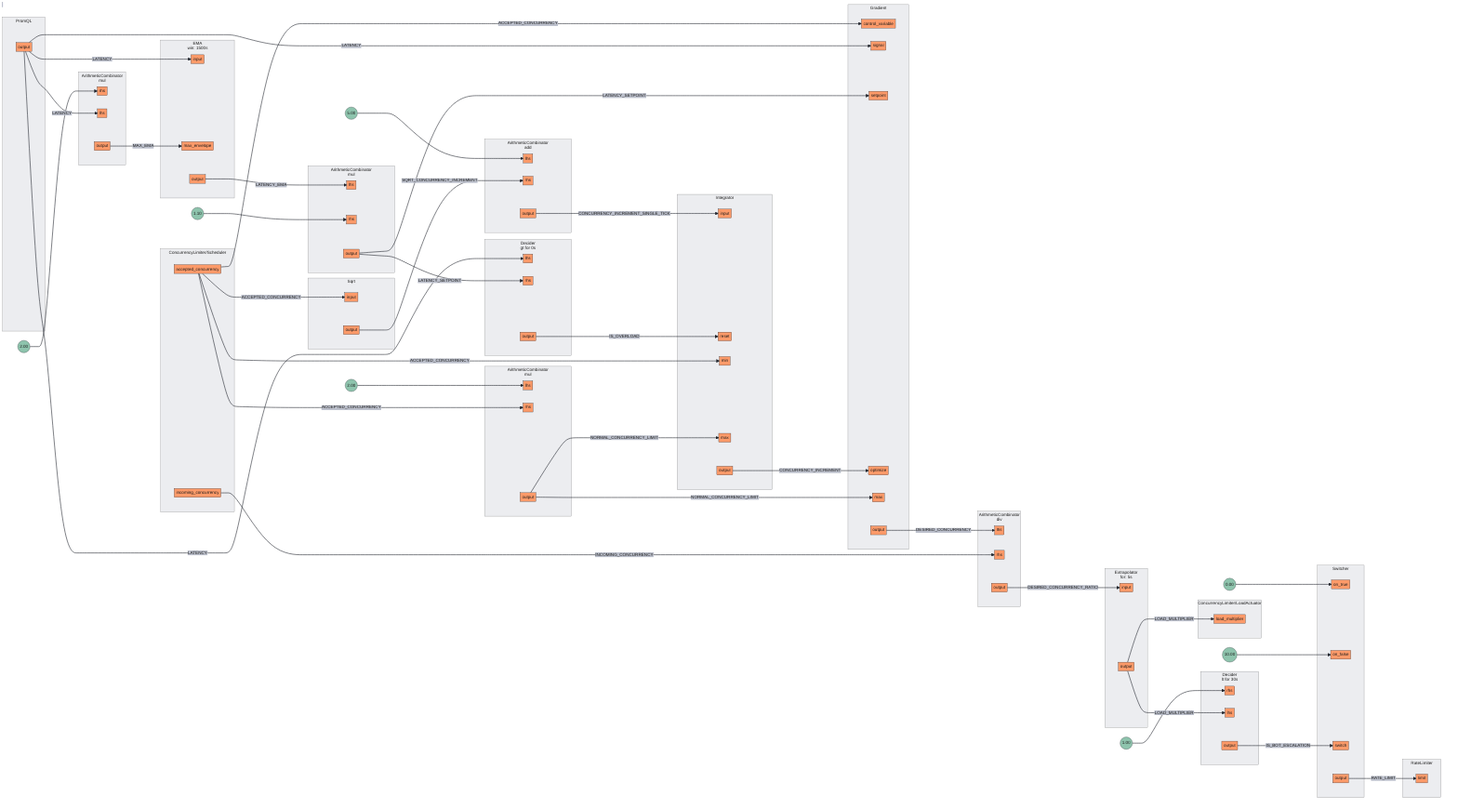
Before: docs/content/tutorials/integrations/flow-control/rate-limiting/assets/dynamic-rate-limiting/dynamic-rate-limiting.mmd.png, a diagram exported from Mermaid (dataongunlaws/aperture). Its source is kept beside it as docs/content/tutorials/integrations/flow-control/rate-limiting/assets/dynamic-rate-limiting/dynamic-rate-limiting.mmd.
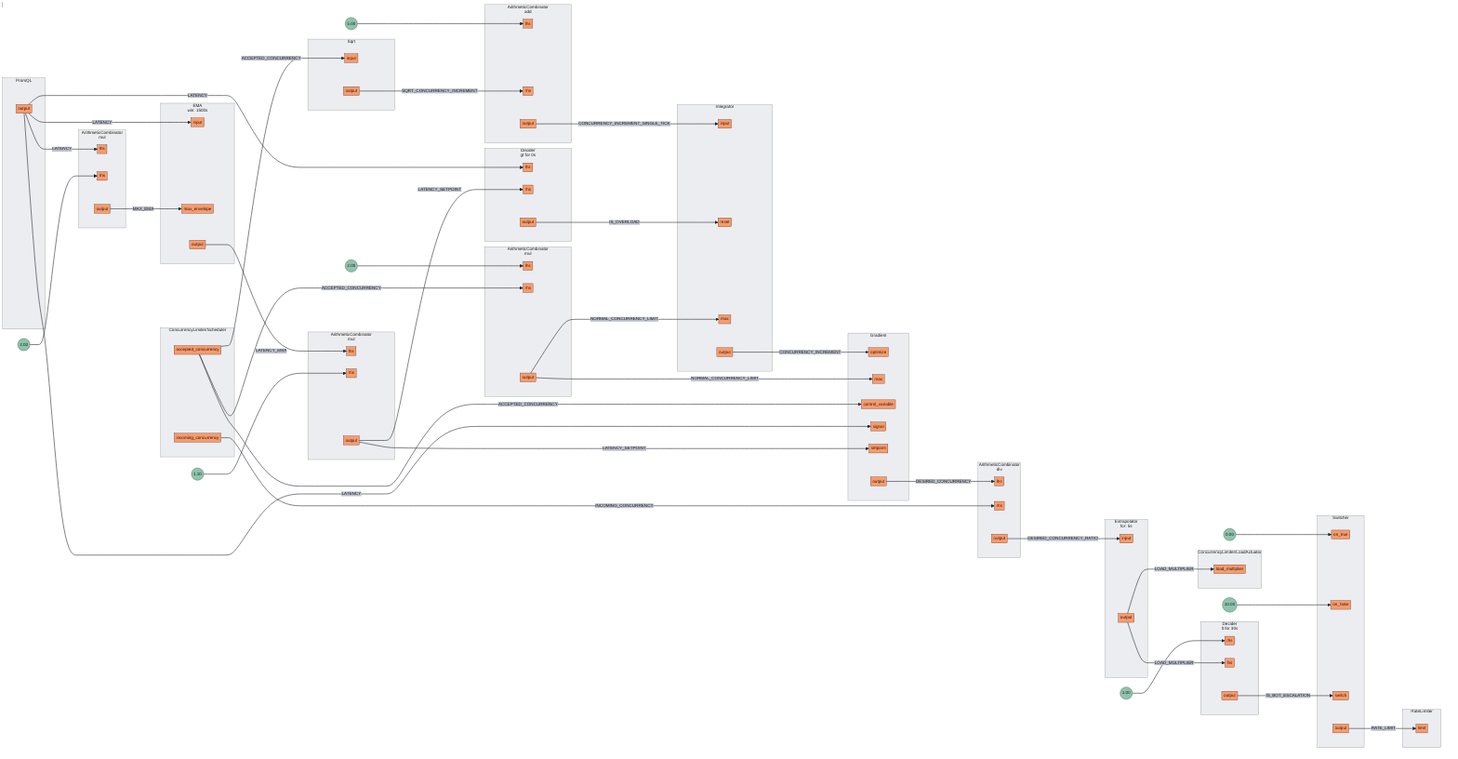
Later version of the same file.

What changed in the source:
```diff
@@ -2,8 +2,8 @@
 subgraph 0[<center>ArithmeticCombinator<br/>mul</center>]
 subgraph 0_inports[ ]
 style 0_inports fill:none,stroke:none
+0lhs[lhs]
 0rhs[rhs]
-0lhs[lhs]
 end
 subgraph 0_outports[ ]
 style 0_outports fill:none,stroke:none
@@ -67,7 +67,6 @@
 style 5_inports fill:none,stroke:none
 5input[input]
 5reset[reset]
-5min[min]
 5max[max]
 end
 subgraph 5_outports[ ]
@@ -105,11 +104,11 @@
 subgraph 9[Gradient]
 subgraph 9_inports[ ]
 style 9_inports fill:none,stroke:none
+9optimize[optimize]
+9max[max]
 9control_variable[control_variable]
 9signal[signal]
 9setpoint[setpoint]
-9optimize[optimize]
-9max[max]
 end
 subgraph 9_outports[ ]
 style 9_outports fill:none,stroke:none
@@ -129,8 +128,8 @@
 subgraph 11.Scheduler[ConcurrencyLimiter/Scheduler]
 subgraph 11.Scheduler_outports[ ]
 style 11.Scheduler_outports fill:none,stroke:none
+11.Schedulerincoming_concurrency[incoming_concurrency]
 11.Scheduleraccepted_concurrency[accepted_concurrency]
-11.Schedulerincoming_concurrency[incoming_concurrency]
 end
 end
 subgraph 11.LoadActuator[ConcurrencyLimiter/LoadActuator]
@@ -187,26 +186,25 @@
 FakeConstant6 --> 13rhs
 1output --> |LATENCY_SETPOINT| 9setpoint
 1output --> |LATENCY_SETPOINT| 12rhs
-9output --> |DESIRED_CONCURRENCY| 2lhs
-10output --> |LOAD_MULTIPLIER| 11.LoadActuatorload_multiplier
-10output --> |LOAD_MULTIPLIER| 13lhs
-11.Schedulerincoming_concurrency --> |INCOMING_CONCURRENCY| 2rhs
-11.Scheduleraccepted_concurrency --> |ACCEPTED_CONCURRENCY| 3rhs
-11.Scheduleraccepted_concurrency --> |ACCEPTED_CONCURRENCY| 5min
-11.Scheduleraccepted_concurrency --> |ACCEPTED_CONCURRENCY| 6input
-11.Scheduleraccepted_concurrency --> |ACCEPTED_CONCURRENCY| 9control_variable
-14output --> |RATE_LIMIT| 15limit
 2output --> |DESIRED_CONCURRENCY_RATIO| 10input
 3output --> |NORMAL_CONCURRENCY_LIMIT| 5max
 3output --> |NORMAL_CONCURRENCY_LIMIT| 9max
+12output --> |IS_OVERLOAD| 5reset
+14output --> |RATE_LIMIT| 15limit
+0output --> |MAX_EMA| 8max_envelope
+5output --> |CONCURRENCY_INCREMENT| 9optimize
+11.Scheduleraccepted_concurrency --> |ACCEPTED_CONCURRENCY| 3rhs
+11.Scheduleraccepted_concurrency --> |ACCEPTED_CONCURRENCY| 6input
+11.Scheduleraccepted_concurrency --> |ACCEPTED_CONCURRENCY| 9control_variable
+6output --> |SQRT_CONCURRENCY_INCREMENT| 4rhs
+9output --> |DESIRED_CONCURRENCY| 2lhs
+11.Schedulerincoming_concurrency --> |INCOMING_CONCURRENCY| 2rhs
+13output --> |IS_BOT_ESCALATION| 14switch
 4output --> |CONCURRENCY_INCREMENT_SINGLE_TICK| 5input
-5output --> |CONCURRENCY_INCREMENT| 9optimize
-0output --> |MAX_EMA| 8max_envelope
-6output --> |SQRT_CONCURRENCY_INCREMENT| 4rhs
 7output --> |LATENCY| 0lhs
 7output --> |LATENCY| 8input
 7output --> |LATENCY| 9signal
 7output --> |LATENCY| 12lhs
 8output --> |LATENCY_EMA| 1lhs
-12output --> |IS_OVERLOAD| 5reset
-13output --> |IS_BOT_ESCALATION| 14switch
+10output --> |LOAD_MULTIPLIER| 11.LoadActuatorload_multiplier
+10output --> |LOAD_MULTIPLIER| 13lhs
```
